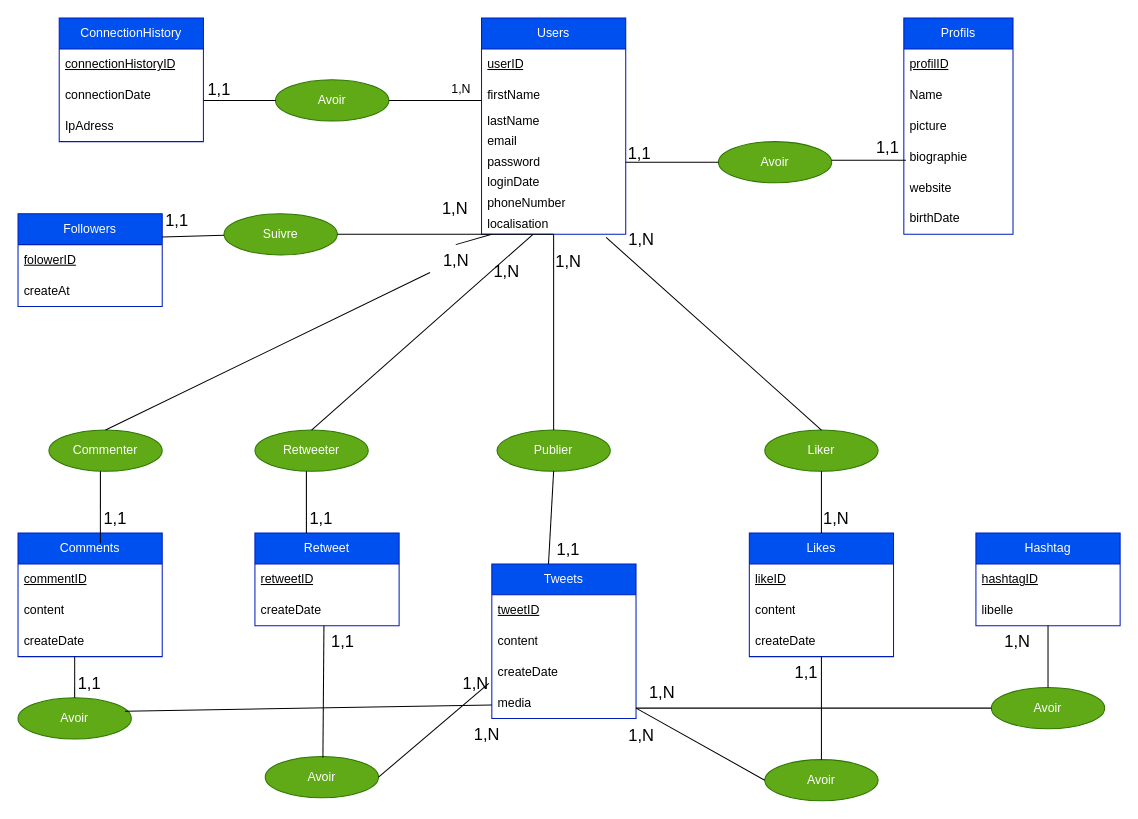
Before: MCD XCLONE.drawio in Claude-Mutela/mcd-diagramme, a draw.io diagram. Source tidied: cells renumbered, new cells numbered last; positions are measured from the earlier drawing's top-left corner, leaving out a move shared by most shapes. Both pictures are drawn from the tidied source at 103%, with x=0, y=0 at pixel (18, 18).
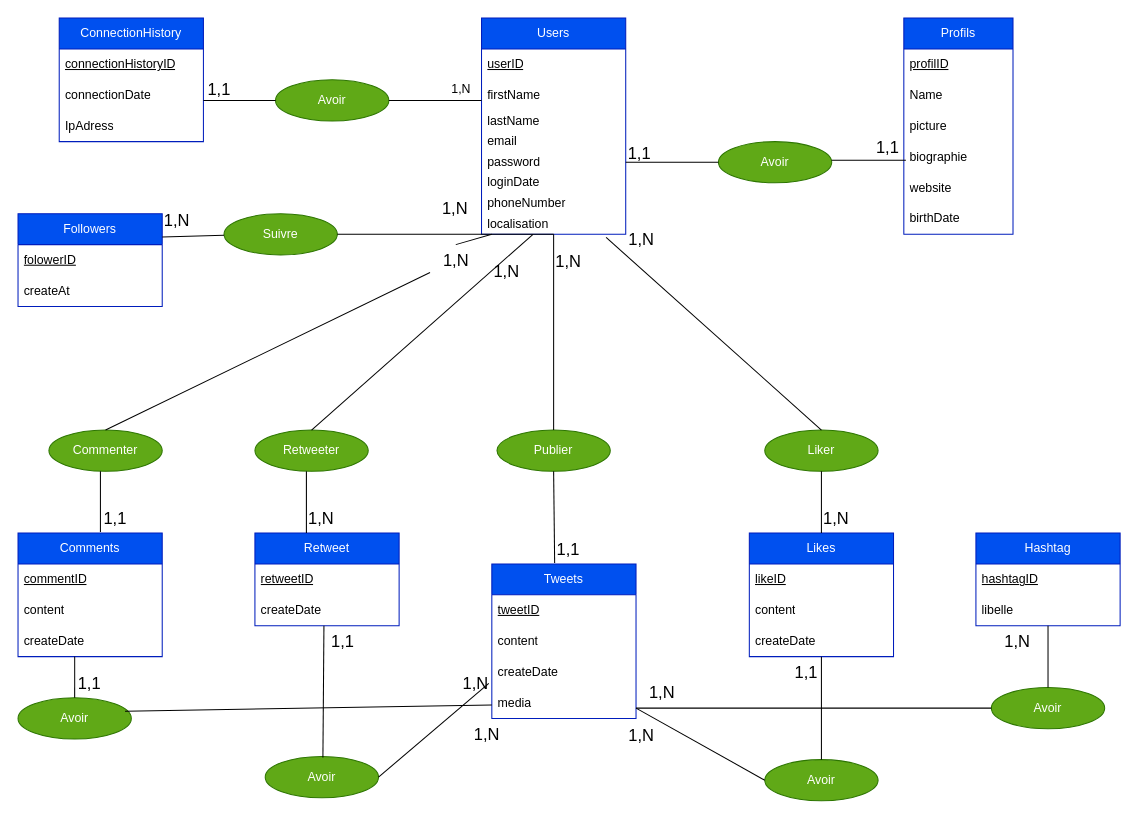
After the change.

Commit message:
Mettre à jour MCD XCLONE.drawio

Unchanged cells that the change refers to:
```xml
<mxCell id="22" value="Tweets" style="swimlane;fontStyle=0;horizontal=1;startSize=30;whiteSpace=wrap;html=1;fillColor=#0050ef;fontColor=#ffffff;strokeColor=#001DBC;" parent="1" vertex="1">
  <mxGeometry x="460" y="530" width="140" height="150" as="geometry" />
</mxCell>
<mxCell id="27" value="Comments" style="swimlane;fontStyle=0;horizontal=1;startSize=30;whiteSpace=wrap;html=1;fillColor=#0050ef;fontColor=#ffffff;strokeColor=#001DBC;" parent="1" vertex="1">
  <mxGeometry y="500" width="140" height="120" as="geometry" />
</mxCell>
<mxCell id="44" value="Publier" style="ellipse;whiteSpace=wrap;html=1;fillColor=#60a917;fontColor=#ffffff;strokeColor=#2D7600;" parent="1" vertex="1">
  <mxGeometry x="465" y="400" width="110" height="40" as="geometry" />
</mxCell>
<mxCell id="94" value="1,1" style="text;html=1;align=center;verticalAlign=middle;points=[];strokeColor=none;fillColor=none;fontSize=16;" parent="1" vertex="1">
  <mxGeometry x="69" y="471" width="50" height="30" as="geometry" />
</mxCell>
<mxCell id="96" value="1,1" style="text;html=1;align=center;verticalAlign=middle;points=[];strokeColor=none;fillColor=none;fontSize=16;" parent="1" vertex="1">
  <mxGeometry x="509" y="501" width="50" height="30" as="geometry" />
</mxCell>
```

Diff of the diagram source:
```diff
@@
-    <mxCell id="51" style="endArrow=none;html=1;rounded=0;fontSize=12;startSize=8;endSize=8;curved=1;entryX=0.5;entryY=1;entryDx=0;entryDy=0;exitX=0.393;exitY=0;exitDx=0;exitDy=0;exitPerimeter=0;" parent="1" edge="1" source="22" target="44">
+    <mxCell id="51" style="endArrow=none;html=1;rounded=0;fontSize=12;startSize=8;endSize=8;curved=1;entryX=0.5;entryY=1;entryDx=0;entryDy=0;exitX=0.24;exitY=0.933;exitDx=0;exitDy=0;exitPerimeter=0;" parent="1" edge="1" source="96" target="44">
       <mxGeometry relative="1" as="geometry" />
     </mxCell>
@@
-    <mxCell id="57" style="endArrow=none;html=1;rounded=0;fontSize=12;startSize=8;endSize=8;curved=1;exitX=0.571;exitY=0.083;exitDx=0;exitDy=0;exitPerimeter=0;" parent="1" edge="1" source="27">
+    <mxCell id="57" style="endArrow=none;html=1;rounded=0;fontSize=12;startSize=8;endSize=8;curved=1;exitX=0.22;exitY=0.933;exitDx=0;exitDy=0;exitPerimeter=0;" parent="1" edge="1" source="94">
       <mxGeometry relative="1" as="geometry">
         <mxPoint x="80" y="440" as="targetPoint" />
       </mxGeometry>
     </mxCell>
@@
-    <mxCell id="95" value="1,1" style="text;html=1;align=center;verticalAlign=middle;strokeColor=none;fillColor=none;fontSize=16;" parent="1" vertex="1">
+    <mxCell id="95" value="1,N" style="text;html=1;align=center;verticalAlign=middle;strokeColor=none;fillColor=none;fontSize=16;" parent="1" vertex="1">
       <mxGeometry x="269" y="471" width="50" height="30" as="geometry" />
     </mxCell>
@@
-    <mxCell id="99" value="1,1" style="text;html=1;align=center;verticalAlign=middle;strokeColor=none;fillColor=none;fontSize=16;" parent="1" vertex="1">
+    <mxCell id="99" value="1,N" style="text;html=1;align=center;verticalAlign=middle;strokeColor=none;fillColor=none;fontSize=16;" parent="1" vertex="1">
       <mxGeometry x="129" y="181" width="50" height="30" as="geometry" />
     </mxCell>
```
